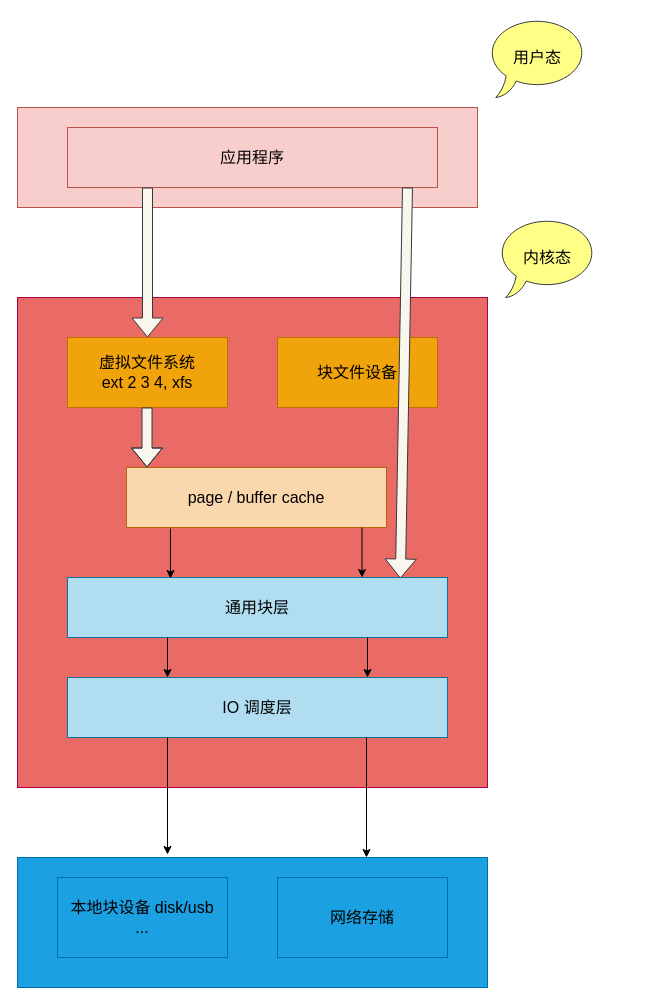
Before: 虚拟文件系统.drawio in ChengziMao/diagrams, a draw.io diagram. Source tidied: cells renumbered, new cells numbered last; positions are measured from the earlier drawing's top-left corner, leaving out a move shared by most shapes. Both pictures are drawn from the tidied source at 100%, with x=0, y=0 at pixel (17, 17).
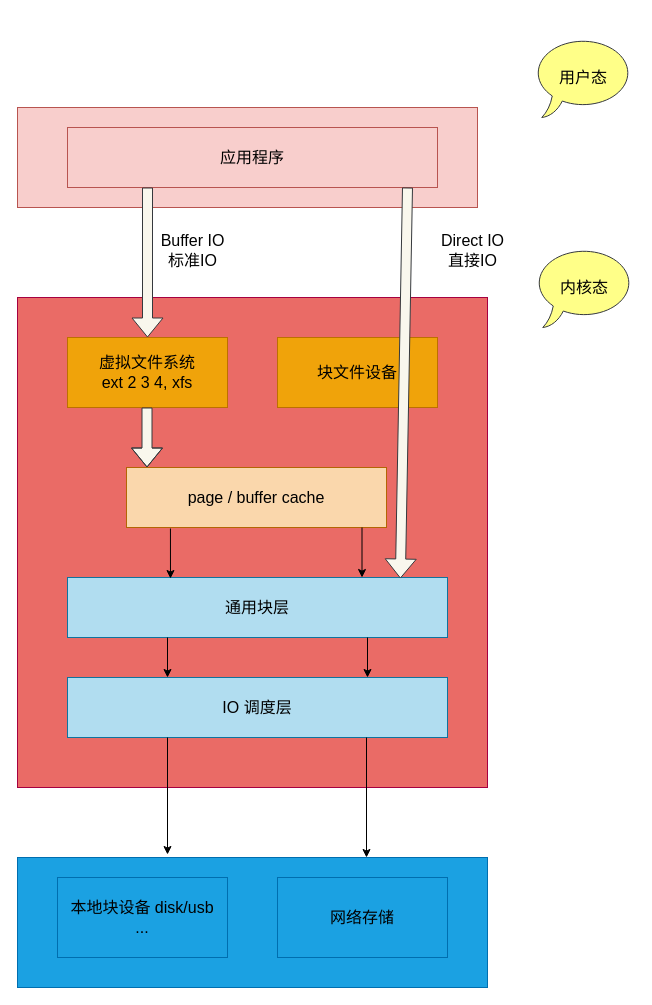
Above is the later version.

Commit message (it also covers changes not shown here):
更新虚拟文件系统.drawio

The edit, as a diff of the source:
```diff
@@
     <mxCell id="4" value="用户态" style="whiteSpace=wrap;html=1;shape=mxgraph.basic.oval_callout;fillColor=#ffff88;strokeColor=#36393d;fontSize=16;" parent="1" vertex="1">
-      <mxGeometry x="470" width="100" height="80" as="geometry" />
+      <mxGeometry x="516" y="20" width="100" height="80" as="geometry" />
     </mxCell>
@@
     <mxCell id="14" value="内核态" style="whiteSpace=wrap;html=1;shape=mxgraph.basic.oval_callout;fillColor=#ffff88;strokeColor=#36393d;fontSize=16;" parent="1" vertex="1">
-      <mxGeometry x="480" y="200" width="100" height="80" as="geometry" />
+      <mxGeometry x="517" y="230" width="100" height="80" as="geometry" />
     </mxCell>
@@
+    <mxCell id="24" value="&lt;font style=&quot;font-size: 16px;&quot;&gt;Buffer IO&lt;/font&gt;&lt;div&gt;&lt;font style=&quot;font-size: 16px;&quot;&gt;标准IO&lt;/font&gt;&lt;/div&gt;" style="text;html=1;align=center;verticalAlign=middle;strokeColor=none;fillColor=none;" parent="1" vertex="1">
+      <mxGeometry x="130" y="208" width="90" height="50" as="geometry" />
+    </mxCell>
+    <mxCell id="25" value="&lt;span style=&quot;font-size: 16px;&quot;&gt;Direct IO&lt;/span&gt;&lt;div&gt;&lt;span style=&quot;font-size: 16px;&quot;&gt;直接IO&lt;/span&gt;&lt;/div&gt;" style="text;html=1;align=center;verticalAlign=middle;strokeColor=none;fillColor=none;" parent="1" vertex="1">
+      <mxGeometry x="410" y="208" width="90" height="50" as="geometry" />
+    </mxCell>
```
